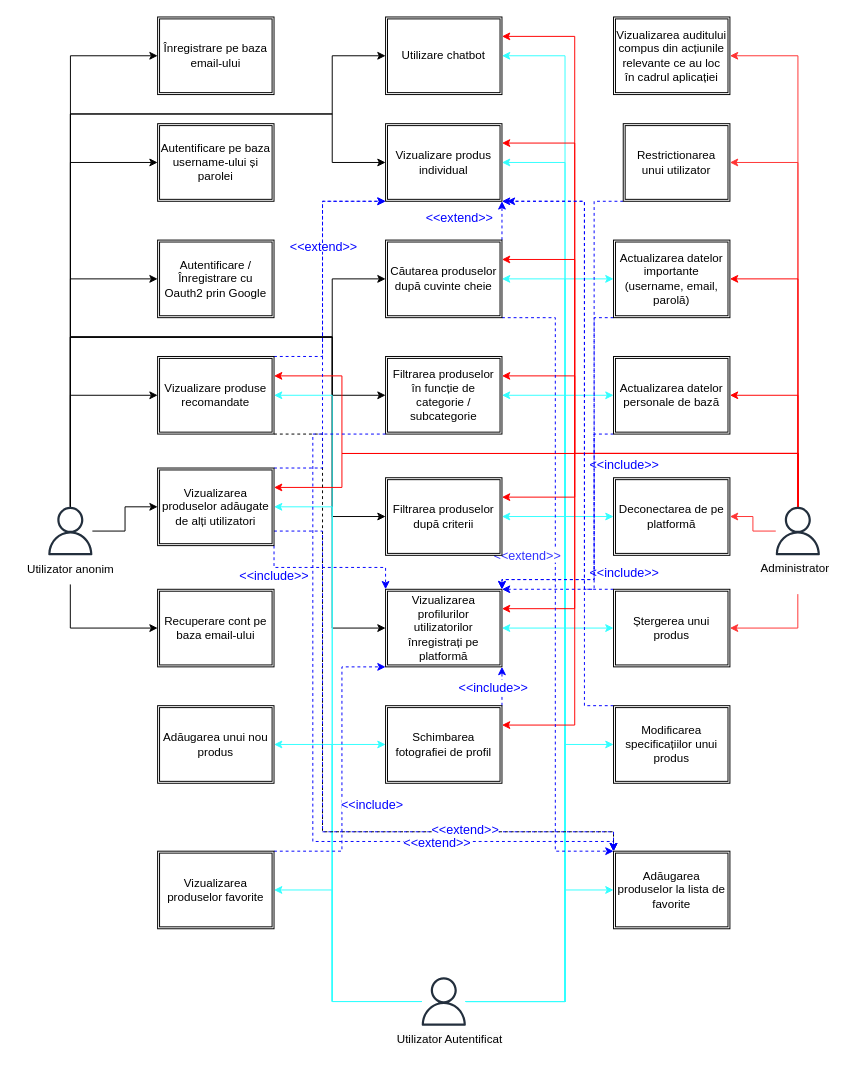
AlexandruOlteanu/SwapIt keeps this draw.io diagram as files/documentation/Use-Case Diagram.drawio. Above is the earlier version. Source tidied: cells renumbered, new cells numbered last; positions are measured from the earlier drawing's top-left corner, leaving out a move shared by most shapes. Both pictures are drawn from the tidied source at 97%, with x=0, y=0 at pixel (16, 16).
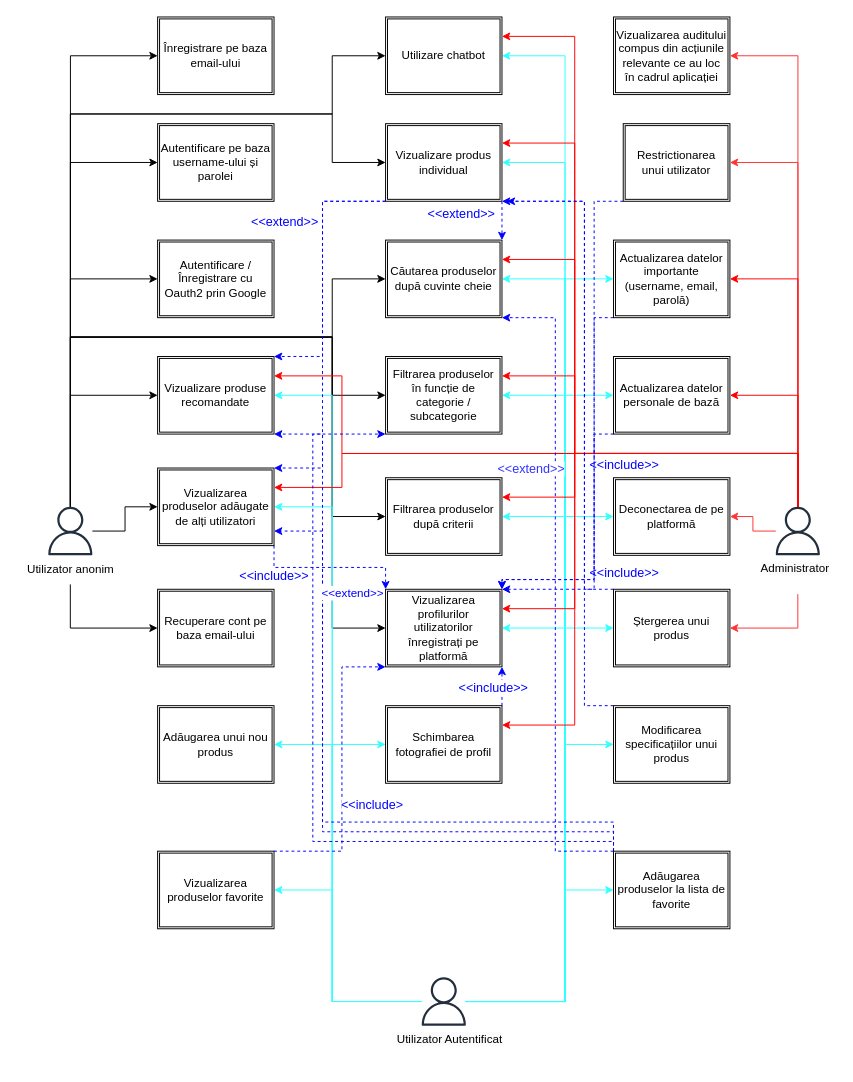
The same page after the edit.

Unchanged cells that the change refers to:
```xml
<mxCell id="50" value="Vizualizare produse recomandate" style="shape=ext;double=1;rounded=0;whiteSpace=wrap;html=1;" parent="1" vertex="1">
  <mxGeometry x="145" y="350" width="120" height="80" as="geometry" />
</mxCell>
<mxCell id="51" value="Vizualizare produs individual" style="shape=ext;double=1;rounded=0;whiteSpace=wrap;html=1;" parent="1" vertex="1">
  <mxGeometry x="380" y="110" width="120" height="80" as="geometry" />
</mxCell>
<mxCell id="56" value="Căutarea produselor după cuvinte cheie" style="shape=ext;double=1;rounded=0;whiteSpace=wrap;html=1;" parent="1" vertex="1">
  <mxGeometry x="380" y="230" width="120" height="80" as="geometry" />
</mxCell>
<mxCell id="57" value="Filtrarea produselor în funcție de categorie / subcategorie" style="shape=ext;double=1;rounded=0;whiteSpace=wrap;html=1;" parent="1" vertex="1">
  <mxGeometry x="380" y="350" width="120" height="80" as="geometry" />
</mxCell>
<mxCell id="68" value="Vizualizarea produselor adăugate de alți utilizatori" style="shape=ext;double=1;rounded=0;whiteSpace=wrap;html=1;" parent="1" vertex="1">
  <mxGeometry x="145" y="465" width="120" height="80" as="geometry" />
</mxCell>
<mxCell id="79" value="Adăugarea produselor la lista de favorite" style="shape=ext;double=1;rounded=0;whiteSpace=wrap;html=1;" parent="1" vertex="1">
  <mxGeometry x="615" y="860" width="120" height="80" as="geometry" />
</mxCell>
```

What changed in the source:
```diff
@@
-    <mxCell id="47" style="edgeStyle=orthogonalEdgeStyle;rounded=0;jettySize=auto;html=1;exitX=1;exitY=0;exitDx=0;exitDy=0;entryX=0;entryY=1;entryDx=0;entryDy=0;strokeColor=#0000FF;dashed=1;" parent="1" edge="1" source="50" target="51">
+    <mxCell id="47" style="edgeStyle=orthogonalEdgeStyle;rounded=0;jettySize=auto;html=1;exitX=0;exitY=1;exitDx=0;exitDy=0;entryX=1;entryY=0;entryDx=0;entryDy=0;strokeColor=#0000FF;dashed=1;" parent="1" edge="1" source="51" target="50">
       <mxGeometry relative="1" as="geometry">
         <Array as="points">
+          <mxPoint x="315" y="190" />
           <mxPoint x="315" y="350" />
-          <mxPoint x="315" y="190" />
         </Array>
       </mxGeometry>
     </mxCell>
     <mxCell id="48" value="&amp;lt;&amp;lt;extend&amp;gt;&amp;gt;" style="edgeLabel;html=1;align=center;verticalAlign=middle;fontSize=13;fontColor=#0000FF;" parent="47" vertex="1">
-      <mxGeometry x="0.19" relative="1" as="geometry" />
+      <mxGeometry x="0.19" relative="1" as="geometry">
+        <mxPoint x="-40" y="-79" as="offset" />
+      </mxGeometry>
     </mxCell>
-    <mxCell id="49" style="edgeStyle=orthogonalEdgeStyle;rounded=0;jettySize=auto;html=1;exitX=1;exitY=1;exitDx=0;exitDy=0;entryX=0;entryY=0;entryDx=0;entryDy=0;dashed=1;" parent="1" edge="1" source="50" target="79">
+    <mxCell id="49" style="edgeStyle=orthogonalEdgeStyle;rounded=0;jettySize=auto;html=1;exitX=0;exitY=0;exitDx=0;exitDy=0;entryX=1;entryY=1;entryDx=0;entryDy=0;dashed=1;strokeColor=#0000FF;" parent="1" edge="1" source="79" target="50">
       <mxGeometry relative="1" as="geometry">
         <Array as="points">
+          <mxPoint x="615" y="840" />
+          <mxPoint x="315" y="840" />
           <mxPoint x="315" y="430" />
-          <mxPoint x="315" y="840" />
-          <mxPoint x="615" y="840" />
         </Array>
       </mxGeometry>
     </mxCell>
@@
-    <mxCell id="52" style="edgeStyle=orthogonalEdgeStyle;rounded=0;jettySize=auto;html=1;exitX=1;exitY=0;exitDx=0;exitDy=0;entryX=1;entryY=1;entryDx=0;entryDy=0;dashed=1;strokeColor=#0000FF;" parent="1" edge="1" source="56" target="51">
+    <mxCell id="52" style="edgeStyle=orthogonalEdgeStyle;rounded=0;jettySize=auto;html=1;exitX=1;exitY=1;exitDx=0;exitDy=0;entryX=1;entryY=0;entryDx=0;entryDy=0;dashed=1;strokeColor=#0000FF;" parent="1" edge="1" source="51" target="56">
       <mxGeometry relative="1" as="geometry" />
     </mxCell>
     <mxCell id="53" value="&amp;lt;&amp;lt;extend&amp;gt;&amp;gt;&lt;div style=&quot;font-size: 13px;&quot;&gt;&lt;br style=&quot;font-size: 13px;&quot;&gt;&lt;/div&gt;" style="edgeLabel;html=1;align=center;verticalAlign=middle;fontSize=13;fontColor=#0000FF;" parent="52" vertex="1">
       <mxGeometry x="-0.16" y="1" relative="1" as="geometry">
-        <mxPoint x="-44" y="1" as="offset" />
+        <mxPoint x="-44" y="3" as="offset" />
       </mxGeometry>
     </mxCell>
-    <mxCell id="54" style="edgeStyle=orthogonalEdgeStyle;rounded=0;jettySize=auto;html=1;exitX=1;exitY=1;exitDx=0;exitDy=0;entryX=0;entryY=0;entryDx=0;entryDy=0;dashed=1;strokeColor=#0000FF;" parent="1" edge="1" source="56" target="79">
+    <mxCell id="54" style="edgeStyle=orthogonalEdgeStyle;rounded=0;jettySize=auto;html=1;exitX=0;exitY=0;exitDx=0;exitDy=0;entryX=1;entryY=1;entryDx=0;entryDy=0;dashed=1;strokeColor=#0000FF;" parent="1" edge="1" source="79" target="56">
       <mxGeometry relative="1" as="geometry">
         <Array as="points">
+          <mxPoint x="555" y="860" />
           <mxPoint x="555" y="310" />
-          <mxPoint x="555" y="860" />
         </Array>
       </mxGeometry>
     </mxCell>
     <mxCell id="55" value="&amp;lt;&amp;lt;extend&amp;gt;&amp;gt;" style="edgeLabel;html=1;align=center;verticalAlign=middle;fontColor=#3333FF;fontSize=13;" parent="54" vertex="1">
       <mxGeometry x="-0.08" y="-2" relative="1" as="geometry">
-        <mxPoint x="-28" y="-7" as="offset" />
+        <mxPoint x="-28" y="-149" as="offset" />
       </mxGeometry>
     </mxCell>
@@
-    <mxCell id="60" style="edgeStyle=orthogonalEdgeStyle;rounded=0;jettySize=auto;html=1;exitX=0;exitY=1;exitDx=0;exitDy=0;entryX=0;entryY=0;entryDx=0;entryDy=0;strokeColor=#0000FF;dashed=1;" parent="1" edge="1" source="57" target="79">
+    <mxCell id="60" style="edgeStyle=orthogonalEdgeStyle;rounded=0;jettySize=auto;html=1;exitX=0;exitY=0;exitDx=0;exitDy=0;entryX=0;entryY=1;entryDx=0;entryDy=0;strokeColor=#0000FF;dashed=1;" parent="1" edge="1" source="79" target="57">
       <mxGeometry relative="1" as="geometry">
         <Array as="points">
+          <mxPoint x="615" y="850" />
+          <mxPoint x="305" y="850" />
           <mxPoint x="305" y="430" />
-          <mxPoint x="305" y="850" />
-          <mxPoint x="615" y="850" />
         </Array>
       </mxGeometry>
     </mxCell>
-    <mxCell id="61" value="&amp;lt;&amp;lt;extend&amp;gt;&amp;gt;" style="edgeLabel;html=1;align=center;verticalAlign=middle;fontSize=13;fontColor=#0000FF;" parent="60" vertex="1">
-      <mxGeometry x="0.48" y="-1" relative="1" as="geometry">
-        <mxPoint x="19" y="-1" as="offset" />
-      </mxGeometry>
-    </mxCell>
@@
-    <mxCell id="65" style="edgeStyle=orthogonalEdgeStyle;rounded=0;jettySize=auto;html=1;exitX=1;exitY=0;exitDx=0;exitDy=0;entryX=0;entryY=1;entryDx=0;entryDy=0;dashed=1;strokeColor=#0000FF;" parent="1" edge="1" source="68" target="51">
+    <mxCell id="65" style="edgeStyle=orthogonalEdgeStyle;rounded=0;jettySize=auto;html=1;exitX=0;exitY=1;exitDx=0;exitDy=0;entryX=1;entryY=0;entryDx=0;entryDy=0;dashed=1;strokeColor=#0000FF;" parent="1" edge="1" source="51" target="68">
       <mxGeometry relative="1" as="geometry">
         <Array as="points">
+          <mxPoint x="315" y="190" />
           <mxPoint x="315" y="465" />
-          <mxPoint x="315" y="190" />
         </Array>
       </mxGeometry>
     </mxCell>
-    <mxCell id="66" style="edgeStyle=orthogonalEdgeStyle;rounded=0;jettySize=auto;html=1;exitX=1;exitY=1;exitDx=0;exitDy=0;entryX=0;entryY=0;entryDx=0;entryDy=0;dashed=1;strokeColor=#0000FF;" parent="1" edge="1" target="79">
+    <mxCell id="66" style="edgeStyle=orthogonalEdgeStyle;rounded=0;orthogonalLoop=1;jettySize=auto;html=1;exitX=0;exitY=0;exitDx=0;exitDy=0;entryX=0;entryY=0;entryDx=0;entryDy=0;dashed=1;strokeColor=#0000FF;" parent="1" edge="1">
       <mxGeometry relative="1" as="geometry">
-        <mxPoint x="265" y="530" as="sourcePoint" />
+        <mxPoint x="615" y="860" as="sourcePoint" />
+        <mxPoint x="265" y="530" as="targetPoint" />
         <Array as="points">
+          <mxPoint x="615" y="830" />
+          <mxPoint x="315" y="830" />
           <mxPoint x="315" y="530" />
-          <mxPoint x="315" y="840" />
-          <mxPoint x="615" y="840" />
         </Array>
       </mxGeometry>
     </mxCell>
-    <mxCell id="67" value="&amp;lt;&amp;lt;extend&amp;gt;&amp;gt;" style="edgeLabel;html=1;align=center;verticalAlign=middle;fontSize=13;fontColor=#0000FF;" parent="66" vertex="1">
+    <mxCell id="67" value="&amp;lt;&amp;lt;extend&amp;gt;&amp;gt;" style="edgeLabel;html=1;align=center;verticalAlign=middle;fontSize=12;fontColor=#0000FF;" parent="66" vertex="1">
       <mxGeometry x="0.49" y="3" relative="1" as="geometry">
-        <mxPoint x="-1" as="offset" />
+        <mxPoint x="33" y="-60" as="offset" />
       </mxGeometry>
     </mxCell>
```
